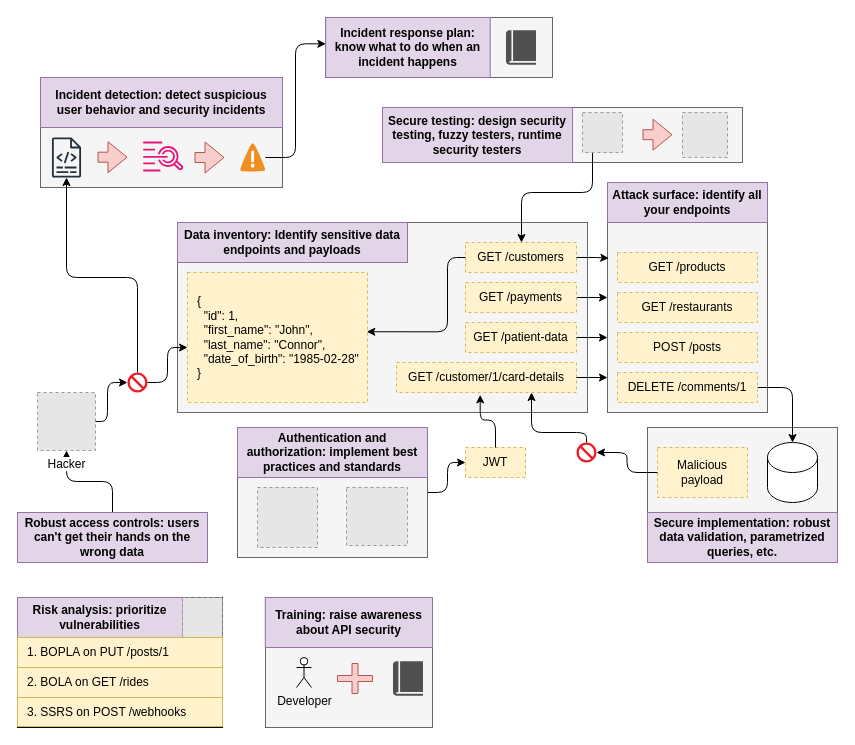
abunuwas/api-sec-book-imgs keeps this draw.io diagram as page "2.1" (1 of 9) of ch02.drawio. Above is the earlier version. Source tidied: cells renumbered, new cells numbered last; positions are measured from the earlier drawing's top-left corner, leaving out a move shared by most shapes. Both pictures are drawn from the tidied source at 100%, with x=0, y=0 at pixel (17, 17). Pictures stored in the file or linked from it are replaced by grey dashed boxes.
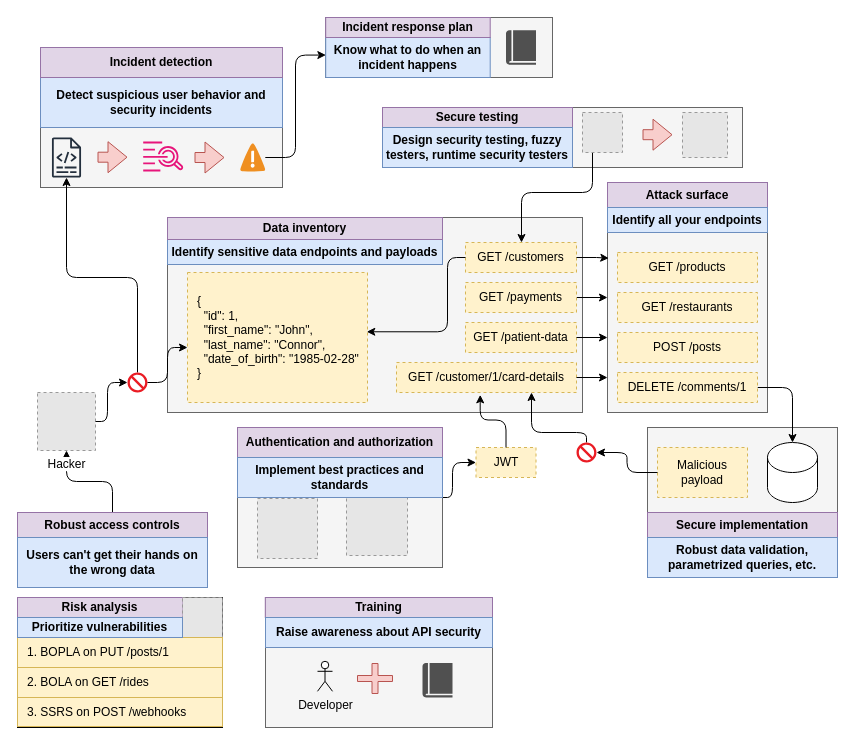
The same diagram, later.

Diff of the diagram source:
```diff
@@
     <mxCell id="2" style="rounded=0;whiteSpace=wrap;html=1;fillColor=#f5f5f5;fontColor=#333333;strokeColor=#666666;" parent="1" vertex="1">
-      <mxGeometry x="248" y="580" width="167" height="130" as="geometry" />
+      <mxGeometry x="248" y="580" width="227" height="130" as="geometry" />
     </mxCell>
@@
     <mxCell id="7" style="rounded=0;whiteSpace=wrap;html=1;fillColor=#f5f5f5;fontColor=#333333;strokeColor=#666666;" parent="1" vertex="1">
-      <mxGeometry x="365" y="90" width="360" height="55" as="geometry" />
+      <mxGeometry x="365" y="90" width="360" height="60" as="geometry" />
     </mxCell>
@@
     <mxCell id="9" style="rounded=0;whiteSpace=wrap;html=1;fillColor=#f5f5f5;fontColor=#333333;strokeColor=#666666;" parent="1" vertex="1">
-      <mxGeometry x="160" y="205" width="410" height="190" as="geometry" />
+      <mxGeometry x="150" y="200" width="415" height="195" as="geometry" />
     </mxCell>
     <mxCell id="10" style="edgeStyle=orthogonalEdgeStyle;rounded=1;jettySize=auto;html=1;entryX=0;entryY=0.5;entryDx=0;entryDy=0;curved=0;" parent="1" edge="1" source="11" target="32">
-      <mxGeometry relative="1" as="geometry" />
+      <mxGeometry relative="1" as="geometry">
+        <Array as="points">
+          <mxPoint x="435" y="480" />
+          <mxPoint x="435" y="445" />
+        </Array>
+      </mxGeometry>
     </mxCell>
     <mxCell id="11" style="rounded=0;whiteSpace=wrap;html=1;fillColor=#f5f5f5;fontColor=#333333;strokeColor=#666666;" parent="1" vertex="1">
-      <mxGeometry x="220" y="410" width="190" height="130" as="geometry" />
+      <mxGeometry x="220" y="410" width="205" height="140" as="geometry" />
     </mxCell>
     <mxCell id="12" style="fillColor=#E6E6E6;strokeColor=#999999;dashed=1;verticalLabelPosition=bottom;verticalAlign=top;" parent="1" vertex="1">
-      <mxGeometry x="240" y="470" width="60" height="60" as="geometry" />
+      <mxGeometry x="240" y="481" width="60" height="60" as="geometry" />
     </mxCell>
     <mxCell id="13" style="fillColor=#E6E6E6;strokeColor=#999999;dashed=1;verticalLabelPosition=bottom;verticalAlign=top;" parent="1" vertex="1">
-      <mxGeometry x="329" y="470" width="61" height="58" as="geometry" />
+      <mxGeometry x="329" y="480" width="61" height="58" as="geometry" />
     </mxCell>
@@
-    <mxCell id="26" value="Data inventory: Identify sensitive data endpoints and payloads" style="text;html=1;strokeColor=#9673a6;fillColor=#e1d5e7;align=center;verticalAlign=middle;whiteSpace=wrap;rounded=0;fontStyle=1;" parent="1" vertex="1">
-      <mxGeometry x="160" y="205" width="230" height="40" as="geometry" />
+    <mxCell id="26" value="Identify sensitive data endpoints and payloads" style="text;html=1;strokeColor=#6c8ebf;fillColor=#dae8fc;align=center;verticalAlign=middle;whiteSpace=wrap;rounded=0;fontStyle=1;" parent="1" vertex="1">
+      <mxGeometry x="150" y="222" width="275" height="25" as="geometry" />
     </mxCell>
-    <mxCell id="27" value="Attack surface: identify all your endpoints" style="text;html=1;strokeColor=#9673a6;fillColor=#e1d5e7;align=center;verticalAlign=middle;whiteSpace=wrap;rounded=0;fontStyle=1;" parent="1" vertex="1">
-      <mxGeometry x="590" y="165" width="160" height="40" as="geometry" />
+    <mxCell id="27" value="Attack surface" style="text;html=1;strokeColor=#9673a6;fillColor=#e1d5e7;align=center;verticalAlign=middle;whiteSpace=wrap;rounded=0;fontStyle=1;" parent="1" vertex="1">
+      <mxGeometry x="590" y="165" width="160" height="25" as="geometry" />
     </mxCell>
@@
-    <mxCell id="31" value="Authentication and authorization: implement best practices and standards" style="text;html=1;strokeColor=#9673a6;fillColor=#e1d5e7;align=center;verticalAlign=middle;whiteSpace=wrap;rounded=0;fontStyle=1;" parent="1" vertex="1">
-      <mxGeometry x="220" y="410" width="190" height="50" as="geometry" />
+    <mxCell id="31" value="Authentication and authorization" style="text;html=1;strokeColor=#9673a6;fillColor=#e1d5e7;align=center;verticalAlign=middle;whiteSpace=wrap;rounded=0;fontStyle=1;" parent="1" vertex="1">
+      <mxGeometry x="220" y="410" width="205" height="30" as="geometry" />
     </mxCell>
     <mxCell id="32" value="JWT" style="text;html=1;strokeColor=#d6b656;fillColor=#fff2cc;align=center;verticalAlign=middle;whiteSpace=wrap;rounded=0;dashed=1;" parent="1" vertex="1">
-      <mxGeometry x="448" y="430" width="60" height="30" as="geometry" />
+      <mxGeometry x="458.5" y="430" width="60" height="30" as="geometry" />
     </mxCell>
@@
-    <mxCell id="37" value="Robust access controls: users can't get their hands on the wrong data" style="text;html=1;strokeColor=#9673a6;fillColor=#e1d5e7;align=center;verticalAlign=middle;whiteSpace=wrap;rounded=0;fontStyle=1;" parent="1" vertex="1">
-      <mxGeometry y="495" width="190" height="50" as="geometry" />
+    <mxCell id="37" value="Robust access controls" style="text;html=1;strokeColor=#9673a6;fillColor=#e1d5e7;align=center;verticalAlign=middle;whiteSpace=wrap;rounded=0;fontStyle=1;" parent="1" vertex="1">
+      <mxGeometry y="495" width="190" height="25" as="geometry" />
     </mxCell>
@@
-    <mxCell id="42" value="Secure implementation: robust data validation, parametrized queries, etc." style="text;html=1;strokeColor=#9673a6;fillColor=#e1d5e7;align=center;verticalAlign=middle;whiteSpace=wrap;rounded=0;fontStyle=1;" parent="1" vertex="1">
-      <mxGeometry x="630" y="495" width="190" height="50" as="geometry" />
+    <mxCell id="42" value="Secure implementation" style="text;html=1;strokeColor=#9673a6;fillColor=#e1d5e7;align=center;verticalAlign=middle;whiteSpace=wrap;rounded=0;fontStyle=1;" parent="1" vertex="1">
+      <mxGeometry x="630" y="495" width="190" height="25" as="geometry" />
     </mxCell>
@@
-    <mxCell id="48" value="Secure testing: design security testing, fuzzy testers, runtime security testers" style="text;html=1;strokeColor=#9673a6;fillColor=#e1d5e7;align=center;verticalAlign=middle;whiteSpace=wrap;rounded=0;fontStyle=1;" parent="1" vertex="1">
-      <mxGeometry x="365" y="90" width="190" height="55" as="geometry" />
+    <mxCell id="48" value="Secure testing" style="text;html=1;strokeColor=#9673a6;fillColor=#e1d5e7;align=center;verticalAlign=middle;whiteSpace=wrap;rounded=0;fontStyle=1;" parent="1" vertex="1">
+      <mxGeometry x="365" y="90" width="190" height="20" as="geometry" />
     </mxCell>
@@
-    <mxCell id="52" value="Risk analysis: prioritize vulnerabilities" style="text;html=1;strokeColor=#9673a6;fillColor=#e1d5e7;align=center;verticalAlign=middle;whiteSpace=wrap;rounded=0;fontStyle=1;" parent="1" vertex="1">
-      <mxGeometry y="580" width="165" height="40" as="geometry" />
+    <mxCell id="52" value="Risk analysis" style="text;html=1;strokeColor=#9673a6;fillColor=#e1d5e7;align=center;verticalAlign=middle;whiteSpace=wrap;rounded=0;fontStyle=1;" parent="1" vertex="1">
+      <mxGeometry y="580" width="165" height="20" as="geometry" />
     </mxCell>
@@
-    <mxCell id="54" value="Incident detection: detect suspicious user behavior and security incidents" style="text;html=1;strokeColor=#9673a6;fillColor=#e1d5e7;align=center;verticalAlign=middle;whiteSpace=wrap;rounded=0;fontStyle=1;" parent="1" vertex="1">
+    <mxCell id="54" value="Detect suspicious user behavior and security incidents" style="text;html=1;strokeColor=#6c8ebf;fillColor=#dae8fc;align=center;verticalAlign=middle;whiteSpace=wrap;rounded=0;fontStyle=1;" parent="1" vertex="1">
       <mxGeometry x="23" y="60" width="242" height="50" as="geometry" />
     </mxCell>
-    <mxCell id="55" value="Incident response plan: know what to do when an incident happens" style="text;html=1;strokeColor=#9673a6;fillColor=#e1d5e7;align=center;verticalAlign=middle;whiteSpace=wrap;rounded=0;fontStyle=1;" parent="1" vertex="1">
-      <mxGeometry x="308.2" width="164.5" height="60" as="geometry" />
+    <mxCell id="55" value="Know what to do when an incident happens" style="text;html=1;strokeColor=#6c8ebf;fillColor=#dae8fc;align=center;verticalAlign=middle;whiteSpace=wrap;rounded=0;fontStyle=1;" parent="1" vertex="1">
+      <mxGeometry x="308.2" y="20" width="164.5" height="40" as="geometry" />
     </mxCell>
-    <mxCell id="56" value="Training: raise awareness about API security" style="text;html=1;strokeColor=#9673a6;fillColor=#e1d5e7;align=center;verticalAlign=middle;whiteSpace=wrap;rounded=0;fontStyle=1;" parent="1" vertex="1">
-      <mxGeometry x="247.8" y="580" width="167.2" height="50" as="geometry" />
+    <mxCell id="56" value="Training" style="text;html=1;strokeColor=#9673a6;fillColor=#e1d5e7;align=center;verticalAlign=middle;whiteSpace=wrap;rounded=0;fontStyle=1;" parent="1" vertex="1">
+      <mxGeometry x="247.8" y="580" width="227.2" height="20" as="geometry" />
     </mxCell>
@@
     <mxCell id="67" value="Developer" style="shape=umlActor;verticalLabelPosition=bottom;verticalAlign=top;html=1;" parent="1" vertex="1">
-      <mxGeometry x="279" y="640" width="15" height="30" as="geometry" />
+      <mxGeometry x="300" y="643.8" width="15" height="30" as="geometry" />
     </mxCell>
     <mxCell id="68" style="sketch=0;shadow=0;dashed=0;html=1;strokeColor=none;fillColor=#505050;labelPosition=center;verticalLabelPosition=bottom;verticalAlign=top;align=center;shape=mxgraph.office.concepts.book_journal;" parent="1" vertex="1">
-      <mxGeometry x="375.5" y="643.8" width="30" height="34.5" as="geometry" />
+      <mxGeometry x="405" y="645.5" width="30" height="34.5" as="geometry" />
     </mxCell>
     <mxCell id="69" style="shape=cross;whiteSpace=wrap;html=1;fillColor=#f8cecc;strokeColor=#b85450;" parent="1" vertex="1">
-      <mxGeometry x="320" y="646" width="35" height="30" as="geometry" />
+      <mxGeometry x="340" y="646" width="35" height="30" as="geometry" />
     </mxCell>
+    <mxCell id="70" value="Incident detection" style="text;html=1;strokeColor=#9673a6;fillColor=#e1d5e7;align=center;verticalAlign=middle;whiteSpace=wrap;rounded=0;fontStyle=1;" parent="1" vertex="1">
+      <mxGeometry x="23" y="30" width="242" height="30" as="geometry" />
+    </mxCell>
+    <mxCell id="71" value="Incident response plan" style="text;html=1;strokeColor=#9673a6;fillColor=#e1d5e7;align=center;verticalAlign=middle;whiteSpace=wrap;rounded=0;fontStyle=1;" parent="1" vertex="1">
+      <mxGeometry x="308.2" width="164.5" height="20" as="geometry" />
+    </mxCell>
+    <mxCell id="72" value="Data inventory" style="text;html=1;strokeColor=#9673a6;fillColor=#e1d5e7;align=center;verticalAlign=middle;whiteSpace=wrap;rounded=0;fontStyle=1;" parent="1" vertex="1">
+      <mxGeometry x="150" y="200" width="275" height="22" as="geometry" />
+    </mxCell>
+    <mxCell id="73" value="Identify all your endpoints" style="text;html=1;strokeColor=#6c8ebf;fillColor=#dae8fc;align=center;verticalAlign=middle;whiteSpace=wrap;rounded=0;fontStyle=1;" parent="1" vertex="1">
+      <mxGeometry x="590" y="190" width="160" height="25" as="geometry" />
+    </mxCell>
+    <mxCell id="74" value="Implement best practices and standards" style="text;html=1;strokeColor=#6c8ebf;fillColor=#dae8fc;align=center;verticalAlign=middle;whiteSpace=wrap;rounded=0;fontStyle=1;" parent="1" vertex="1">
+      <mxGeometry x="220" y="440" width="205" height="40" as="geometry" />
+    </mxCell>
+    <mxCell id="75" value="Users can't get their hands on the wrong data" style="text;html=1;strokeColor=#6c8ebf;fillColor=#dae8fc;align=center;verticalAlign=middle;whiteSpace=wrap;rounded=0;fontStyle=1;" parent="1" vertex="1">
+      <mxGeometry y="520" width="190" height="50" as="geometry" />
+    </mxCell>
+    <mxCell id="76" value="Prioritize vulnerabilities" style="text;html=1;strokeColor=#6c8ebf;fillColor=#dae8fc;align=center;verticalAlign=middle;whiteSpace=wrap;rounded=0;fontStyle=1;" parent="1" vertex="1">
+      <mxGeometry y="600" width="165" height="20" as="geometry" />
+    </mxCell>
+    <mxCell id="77" value="Raise awareness about API security" style="text;html=1;strokeColor=#6c8ebf;fillColor=#dae8fc;align=center;verticalAlign=middle;whiteSpace=wrap;rounded=0;fontStyle=1;" parent="1" vertex="1">
+      <mxGeometry x="248" y="600" width="227" height="30" as="geometry" />
+    </mxCell>
+    <mxCell id="78" value="Robust data validation, parametrized queries, etc." style="text;html=1;strokeColor=#6c8ebf;fillColor=#dae8fc;align=center;verticalAlign=middle;whiteSpace=wrap;rounded=0;fontStyle=1;" parent="1" vertex="1">
+      <mxGeometry x="630" y="520" width="190" height="40" as="geometry" />
+    </mxCell>
+    <mxCell id="79" value="Design security testing, fuzzy testers, runtime security testers" style="text;html=1;strokeColor=#6c8ebf;fillColor=#dae8fc;align=center;verticalAlign=middle;whiteSpace=wrap;rounded=0;fontStyle=1;" parent="1" vertex="1">
+      <mxGeometry x="365" y="110" width="190" height="40" as="geometry" />
+    </mxCell>
```
